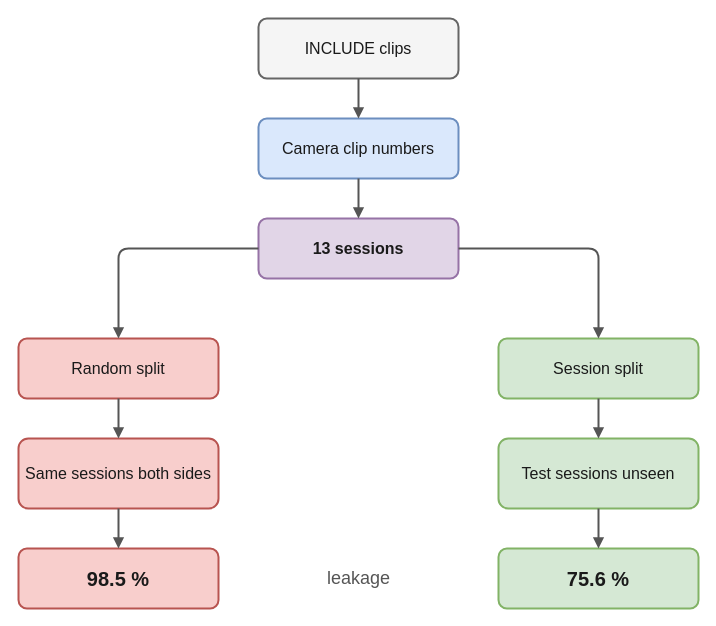
This is report/case_study/diagrams/fig3_evaluation_split.drawio from not-good-keeper/compact-vit-sign-language, a draw.io file, before an edit. Source tidied: cells renumbered, new cells numbered last; positions are measured from the earlier drawing's top-left corner, leaving out a move shared by most shapes. Both pictures are drawn from the tidied source at 100%, with x=0, y=0 at pixel (18, 18).
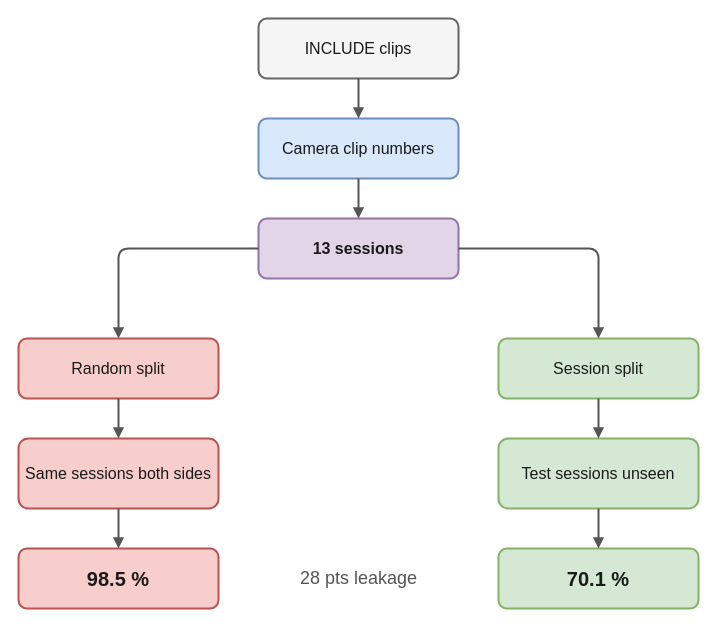
After the change.

The edit, as a diff of the source:
```diff
@@
 <mxGraphModel background="#FFFFFF">
   <root>
     <mxCell id="0" />
     <mxCell id="1" parent="0" />
     <mxCell id="2" value="INCLUDE clips" style="rounded=1;arcSize=14;whiteSpace=wrap;html=1;fillColor=#F5F5F5;strokeColor=#666666;strokeWidth=2;fontSize=16;fontFamily=Helvetica;fontColor=#1A1A1A;" parent="1" vertex="1">
       <mxGeometry x="240" width="200" height="60" as="geometry" />
     </mxCell>
     <mxCell id="3" value="Camera clip numbers" style="rounded=1;arcSize=14;whiteSpace=wrap;html=1;fillColor=#DAE8FC;strokeColor=#6C8EBF;strokeWidth=2;fontSize=16;fontFamily=Helvetica;fontColor=#1A1A1A;" parent="1" vertex="1">
       <mxGeometry x="240" y="100" width="200" height="60" as="geometry" />
     </mxCell>
     <mxCell id="4" value="13 sessions" style="rounded=1;arcSize=14;whiteSpace=wrap;html=1;fillColor=#E1D5E7;strokeColor=#9673A6;strokeWidth=2;fontSize=16;fontFamily=Helvetica;fontColor=#1A1A1A;fontStyle=1;" parent="1" vertex="1">
       <mxGeometry x="240" y="200" width="200" height="60" as="geometry" />
     </mxCell>
     <mxCell id="5" value="Random split" style="rounded=1;arcSize=14;whiteSpace=wrap;html=1;fillColor=#F8CECC;strokeColor=#B85450;strokeWidth=2;fontSize=16;fontFamily=Helvetica;fontColor=#1A1A1A;" parent="1" vertex="1">
       <mxGeometry y="320" width="200" height="60" as="geometry" />
     </mxCell>
     <mxCell id="6" value="Session split" style="rounded=1;arcSize=14;whiteSpace=wrap;html=1;fillColor=#D5E8D4;strokeColor=#82B366;strokeWidth=2;fontSize=16;fontFamily=Helvetica;fontColor=#1A1A1A;" parent="1" vertex="1">
       <mxGeometry x="480" y="320" width="200" height="60" as="geometry" />
     </mxCell>
     <mxCell id="7" value="Same sessions both sides" style="rounded=1;arcSize=14;whiteSpace=wrap;html=1;fillColor=#F8CECC;strokeColor=#B85450;strokeWidth=2;fontSize=16;fontFamily=Helvetica;fontColor=#1A1A1A;" parent="1" vertex="1">
       <mxGeometry y="420" width="200" height="70" as="geometry" />
     </mxCell>
     <mxCell id="8" value="Test sessions unseen" style="rounded=1;arcSize=14;whiteSpace=wrap;html=1;fillColor=#D5E8D4;strokeColor=#82B366;strokeWidth=2;fontSize=16;fontFamily=Helvetica;fontColor=#1A1A1A;" parent="1" vertex="1">
       <mxGeometry x="480" y="420" width="200" height="70" as="geometry" />
     </mxCell>
     <mxCell id="9" value="98.5 %" style="rounded=1;arcSize=14;whiteSpace=wrap;html=1;fillColor=#F8CECC;strokeColor=#B85450;strokeWidth=2;fontSize=20;fontFamily=Helvetica;fontColor=#1A1A1A;fontStyle=1;" parent="1" vertex="1">
       <mxGeometry y="530" width="200" height="60" as="geometry" />
     </mxCell>
-    <mxCell id="10" value="75.6 %" style="rounded=1;arcSize=14;whiteSpace=wrap;html=1;fillColor=#D5E8D4;strokeColor=#82B366;strokeWidth=2;fontSize=20;fontFamily=Helvetica;fontColor=#1A1A1A;fontStyle=1;" parent="1" vertex="1">
+    <mxCell id="10" value="70.1 %" style="rounded=1;arcSize=14;whiteSpace=wrap;html=1;fillColor=#D5E8D4;strokeColor=#82B366;strokeWidth=2;fontSize=20;fontFamily=Helvetica;fontColor=#1A1A1A;fontStyle=1;" parent="1" vertex="1">
       <mxGeometry x="480" y="530" width="200" height="60" as="geometry" />
     </mxCell>
-    <mxCell id="11" value="leakage" style="text;html=1;align=center;verticalAlign=middle;fontSize=18;fontColor=#555555;fontFamily=Helvetica;" parent="1" vertex="1">
+    <mxCell id="11" value="28 pts leakage" style="text;html=1;align=center;verticalAlign=middle;fontSize=18;fontColor=#555555;fontFamily=Helvetica;" parent="1" vertex="1">
       <mxGeometry x="240" y="535" width="200" height="50" as="geometry" />
     </mxCell>
     <mxCell id="12" style="edgeStyle=orthogonalEdgeStyle;rounded=1;html=1;endArrow=block;endFill=1;strokeWidth=2;strokeColor=#555555;fontSize=14;fontFamily=Helvetica;fontColor=#1A1A1A;labelBackgroundColor=#FFFFFF;" parent="1" edge="1" source="2" target="3">
       <mxGeometry relative="1" as="geometry" />
     </mxCell>
     <mxCell id="13" style="edgeStyle=orthogonalEdgeStyle;rounded=1;html=1;endArrow=block;endFill=1;strokeWidth=2;strokeColor=#555555;fontSize=14;fontFamily=Helvetica;fontColor=#1A1A1A;labelBackgroundColor=#FFFFFF;" parent="1" edge="1" source="3" target="4">
       <mxGeometry relative="1" as="geometry" />
     </mxCell>
     <mxCell id="14" style="edgeStyle=orthogonalEdgeStyle;rounded=1;html=1;endArrow=block;endFill=1;strokeWidth=2;strokeColor=#555555;fontSize=14;fontFamily=Helvetica;fontColor=#1A1A1A;labelBackgroundColor=#FFFFFF;" parent="1" edge="1" source="5" target="7">
       <mxGeometry relative="1" as="geometry" />
     </mxCell>
     <mxCell id="15" style="edgeStyle=orthogonalEdgeStyle;rounded=1;html=1;endArrow=block;endFill=1;strokeWidth=2;strokeColor=#555555;fontSize=14;fontFamily=Helvetica;fontColor=#1A1A1A;labelBackgroundColor=#FFFFFF;" parent="1" edge="1" source="6" target="8">
       <mxGeometry relative="1" as="geometry" />
     </mxCell>
     <mxCell id="16" style="edgeStyle=orthogonalEdgeStyle;rounded=1;html=1;endArrow=block;endFill=1;strokeWidth=2;strokeColor=#555555;fontSize=14;fontFamily=Helvetica;fontColor=#1A1A1A;labelBackgroundColor=#FFFFFF;" parent="1" edge="1" source="7" target="9">
       <mxGeometry relative="1" as="geometry" />
     </mxCell>
     <mxCell id="17" style="edgeStyle=orthogonalEdgeStyle;rounded=1;html=1;endArrow=block;endFill=1;strokeWidth=2;strokeColor=#555555;fontSize=14;fontFamily=Helvetica;fontColor=#1A1A1A;labelBackgroundColor=#FFFFFF;" parent="1" edge="1" source="8" target="10">
       <mxGeometry relative="1" as="geometry" />
     </mxCell>
     <mxCell id="18" style="edgeStyle=orthogonalEdgeStyle;rounded=1;html=1;endArrow=block;endFill=1;strokeWidth=2;strokeColor=#555555;fontSize=14;fontFamily=Helvetica;fontColor=#1A1A1A;labelBackgroundColor=#FFFFFF;exitX=0;exitY=0.5;exitDx=0;exitDy=0;entryX=0.5;entryY=0;entryDx=0;entryDy=0;" parent="1" edge="1" source="4" target="5">
       <mxGeometry relative="1" as="geometry" />
     </mxCell>
     <mxCell id="19" style="edgeStyle=orthogonalEdgeStyle;rounded=1;html=1;endArrow=block;endFill=1;strokeWidth=2;strokeColor=#555555;fontSize=14;fontFamily=Helvetica;fontColor=#1A1A1A;labelBackgroundColor=#FFFFFF;exitX=1;exitY=0.5;exitDx=0;exitDy=0;entryX=0.5;entryY=0;entryDx=0;entryDy=0;" parent="1" edge="1" source="4" target="6">
       <mxGeometry relative="1" as="geometry" />
     </mxCell>
   </root>
 </mxGraphModel>
```
